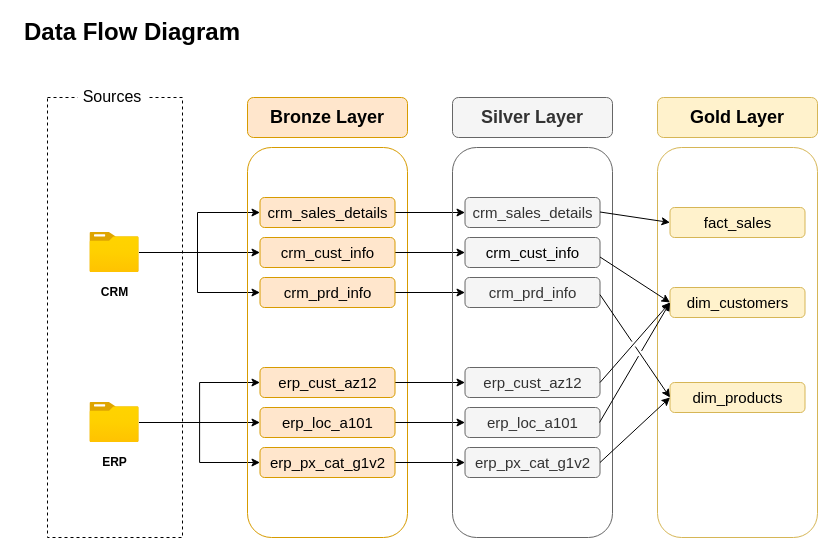
d-graham/sql-data-warehouse-project keeps this draw.io diagram as 01_docs/data_flow.drawio. Above is the earlier version. Source tidied: cells renumbered, new cells numbered last; positions are measured from the earlier drawing's top-left corner, leaving out a move shared by most shapes. Both pictures are drawn from the tidied source at 100%, with x=0, y=0 at pixel (17, 17).
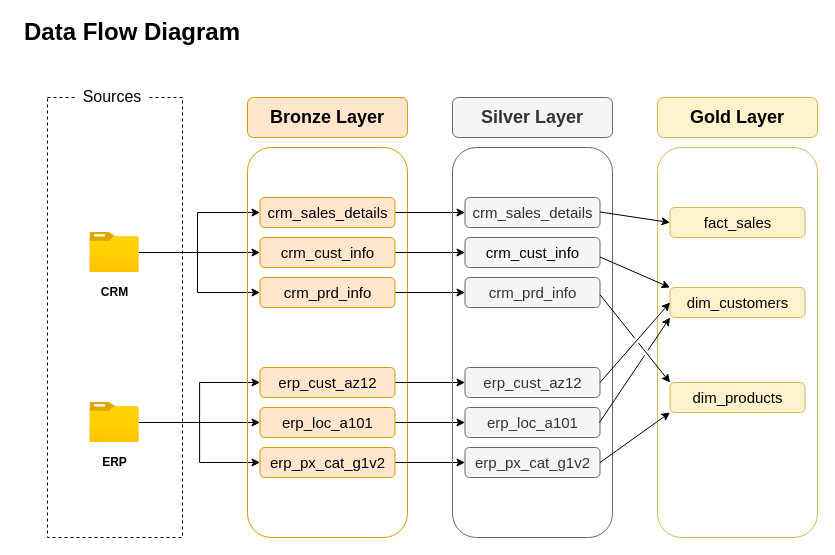
After the change.

Unchanged cells that the change refers to:
```xml
<mxCell id="32" value="erp_px_cat_g1v2" style="rounded=1;whiteSpace=wrap;html=1;roundedPerimeter=1;fillColor=#f5f5f5;strokeColor=#666666;fontSize=15;fontStyle=0;fontColor=#333333;" parent="1" vertex="1">
  <mxGeometry x="447.5" y="430" width="135" height="30" as="geometry" />
</mxCell>
<mxCell id="37" value="dim_products" style="rounded=1;whiteSpace=wrap;html=1;roundedPerimeter=1;fillColor=#fff2cc;strokeColor=#d6b656;fontSize=15;fontStyle=0;" parent="1" vertex="1">
  <mxGeometry x="652.5" y="365" width="135" height="30" as="geometry" />
</mxCell>
<mxCell id="39" value="dim_customers" style="rounded=1;whiteSpace=wrap;html=1;roundedPerimeter=1;fillColor=#fff2cc;strokeColor=#d6b656;fontSize=15;fontStyle=0;" parent="1" vertex="1">
  <mxGeometry x="652.5" y="270" width="135" height="30" as="geometry" />
</mxCell>
```

Change to the diagram source:
```diff
@@
-    <mxCell id="41" style="rounded=0;jettySize=auto;html=1;entryX=0;entryY=0.5;entryDx=0;entryDy=0;defaultLabelBackgroundColor=page;jumpStyle=gap;" parent="1" edge="1" target="39">
+    <mxCell id="41" style="rounded=0;jettySize=auto;html=1;entryX=0;entryY=0;entryDx=0;entryDy=0;defaultLabelBackgroundColor=page;jumpStyle=gap;" parent="1" edge="1" target="39">
       <mxGeometry x="-0.13" relative="1" as="geometry">
         <mxPoint x="582.5" y="239.5" as="sourcePoint" />
       </mxGeometry>
     </mxCell>
@@
-    <mxCell id="43" style="rounded=0;jettySize=auto;html=1;entryX=0;entryY=0.5;entryDx=0;entryDy=0;defaultLabelBackgroundColor=page;jumpStyle=gap;" parent="1" edge="1" target="37">
+    <mxCell id="43" style="rounded=0;jettySize=auto;html=1;entryX=0;entryY=0;entryDx=0;entryDy=0;defaultLabelBackgroundColor=page;jumpStyle=gap;" parent="1" edge="1" target="37">
       <mxGeometry x="-0.13" relative="1" as="geometry">
         <mxPoint x="582.5" y="277.2" as="sourcePoint" />
       </mxGeometry>
     </mxCell>
-    <mxCell id="44" style="rounded=0;jettySize=auto;html=1;entryX=0;entryY=0.5;entryDx=0;entryDy=0;defaultLabelBackgroundColor=page;exitX=1;exitY=0.5;exitDx=0;exitDy=0;jumpStyle=gap;" parent="1" edge="1" source="32" target="37">
+    <mxCell id="44" style="rounded=0;jettySize=auto;html=1;entryX=0;entryY=1;entryDx=0;entryDy=0;defaultLabelBackgroundColor=page;exitX=1;exitY=0.5;exitDx=0;exitDy=0;jumpStyle=gap;" parent="1" edge="1" source="32" target="37">
       <mxGeometry x="-0.13" relative="1" as="geometry" />
     </mxCell>
-    <mxCell id="45" style="rounded=0;jettySize=auto;html=1;entryX=0;entryY=0.5;entryDx=0;entryDy=0;defaultLabelBackgroundColor=page;jumpStyle=gap;" parent="1" edge="1" target="39">
+    <mxCell id="45" style="rounded=0;jettySize=auto;html=1;entryX=0;entryY=1;entryDx=0;entryDy=0;defaultLabelBackgroundColor=page;jumpStyle=gap;" parent="1" edge="1" target="39">
       <mxGeometry x="-0.13" relative="1" as="geometry">
         <mxPoint x="582" y="405" as="sourcePoint" />
       </mxGeometry>
     </mxCell>
```
